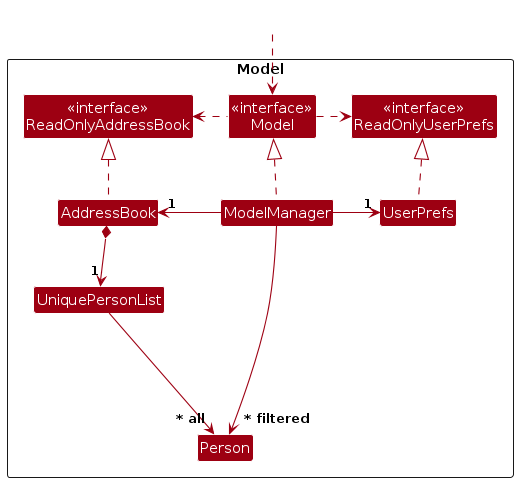
AY2425S2-CS2103T-T09-2/tp keeps this PlantUML diagram as diagrams/ModelClassDiagram.png. Above is the earlier version. Its source is kept beside it as diagrams/ModelClassDiagram.puml. The source it was exported from:
```plantuml
@startuml
!include style.puml
skinparam arrowThickness 1.1
skinparam arrowColor MODEL_COLOR
skinparam classBackgroundColor MODEL_COLOR

Package Model as ModelPackage <<Rectangle>>{
Class "<<interface>>\nReadOnlyAddressBook" as ReadOnlyAddressBook
Class "<<interface>>\nReadOnlyUserPrefs" as ReadOnlyUserPrefs
Class "<<interface>>\nModel" as Model
Class AddressBook
Class ModelManager
Class UserPrefs

Class UniquePersonList
Class Person

Class I #FFFFFF
}

Class HiddenOutside #FFFFFF
HiddenOutside ..> Model

AddressBook .up.|> ReadOnlyAddressBook

ModelManager .up.|> Model
Model .right.> ReadOnlyUserPrefs
Model .left.> ReadOnlyAddressBook
ModelManager -left-> "1" AddressBook
ModelManager -right-> "1" UserPrefs
UserPrefs .up.|> ReadOnlyUserPrefs

AddressBook *--> "1" UniquePersonList
UniquePersonList --> "~* all" Person

Person -[hidden]up--> I
UniquePersonList -[hidden]right-> I

ModelManager --> "~* filtered" Person
@enduml
```
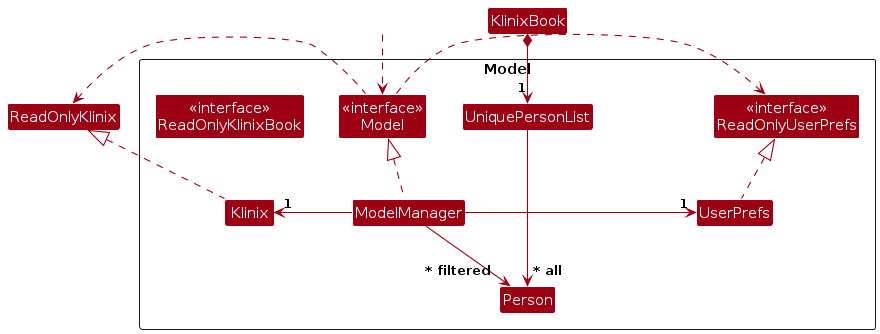
The same diagram one commit later.

What changed in the source:
```diff
@@ -5,10 +5,10 @@
 skinparam classBackgroundColor MODEL_COLOR
 
 Package Model as ModelPackage <<Rectangle>>{
-Class "<<interface>>\nReadOnlyAddressBook" as ReadOnlyAddressBook
+Class "<<interface>>\nReadOnlyKlinixBook" as ReadOnlyKlinixBook
 Class "<<interface>>\nReadOnlyUserPrefs" as ReadOnlyUserPrefs
 Class "<<interface>>\nModel" as Model
-Class AddressBook
+Class Klinix
 Class ModelManager
 Class UserPrefs
 
@@ -21,16 +21,16 @@
 Class HiddenOutside #FFFFFF
 HiddenOutside ..> Model
 
-AddressBook .up.|> ReadOnlyAddressBook
+Klinix .up.|> ReadOnlyKlinix
 
 ModelManager .up.|> Model
 Model .right.> ReadOnlyUserPrefs
-Model .left.> ReadOnlyAddressBook
-ModelManager -left-> "1" AddressBook
+Model .left.> ReadOnlyKlinix
+ModelManager -left-> "1" Klinix
 ModelManager -right-> "1" UserPrefs
 UserPrefs .up.|> ReadOnlyUserPrefs
 
-AddressBook *--> "1" UniquePersonList
+KlinixBook *--> "1" UniquePersonList
 UniquePersonList --> "~* all" Person
 
 Person -[hidden]up--> I
```
